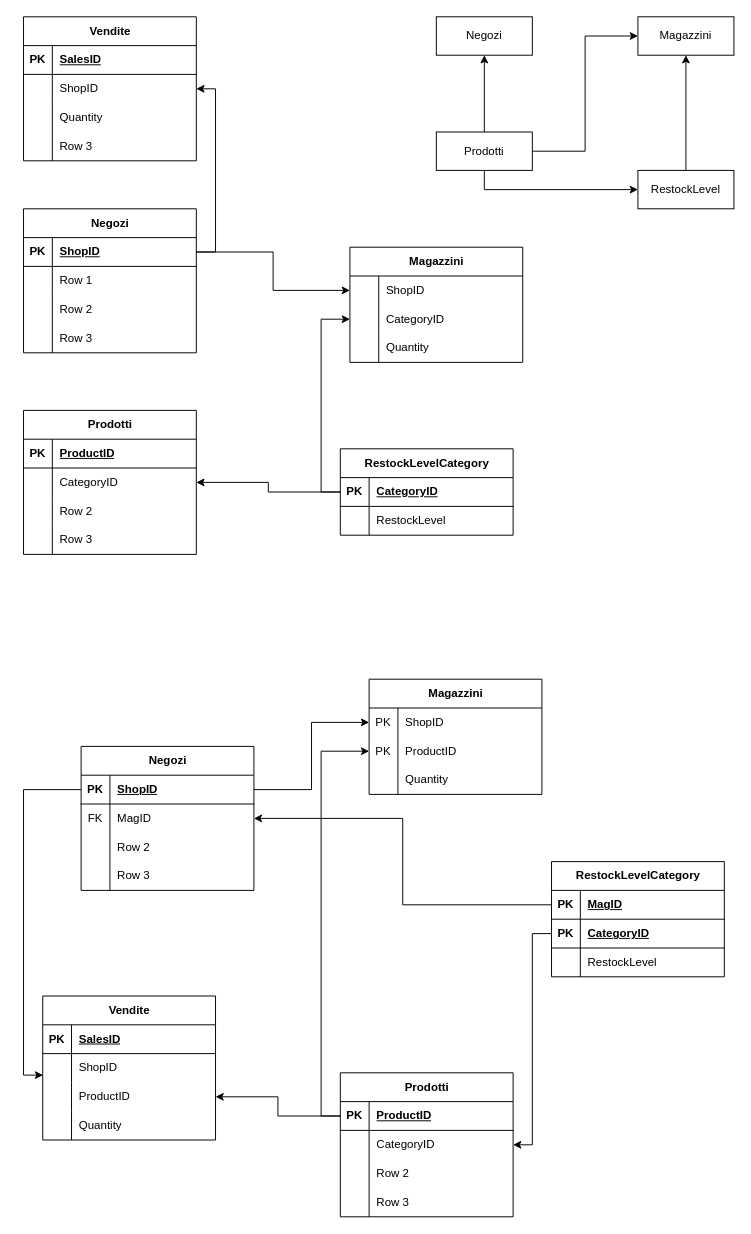
Before: ER mio.drawio in LuigiSolazzi/EpicodeSQL, a draw.io diagram. Source tidied: cells renumbered, new cells numbered last; positions are measured from the earlier drawing's top-left corner, leaving out a move shared by most shapes. Both pictures are drawn from the tidied source at 96%, with x=0, y=0 at pixel (23, 16).
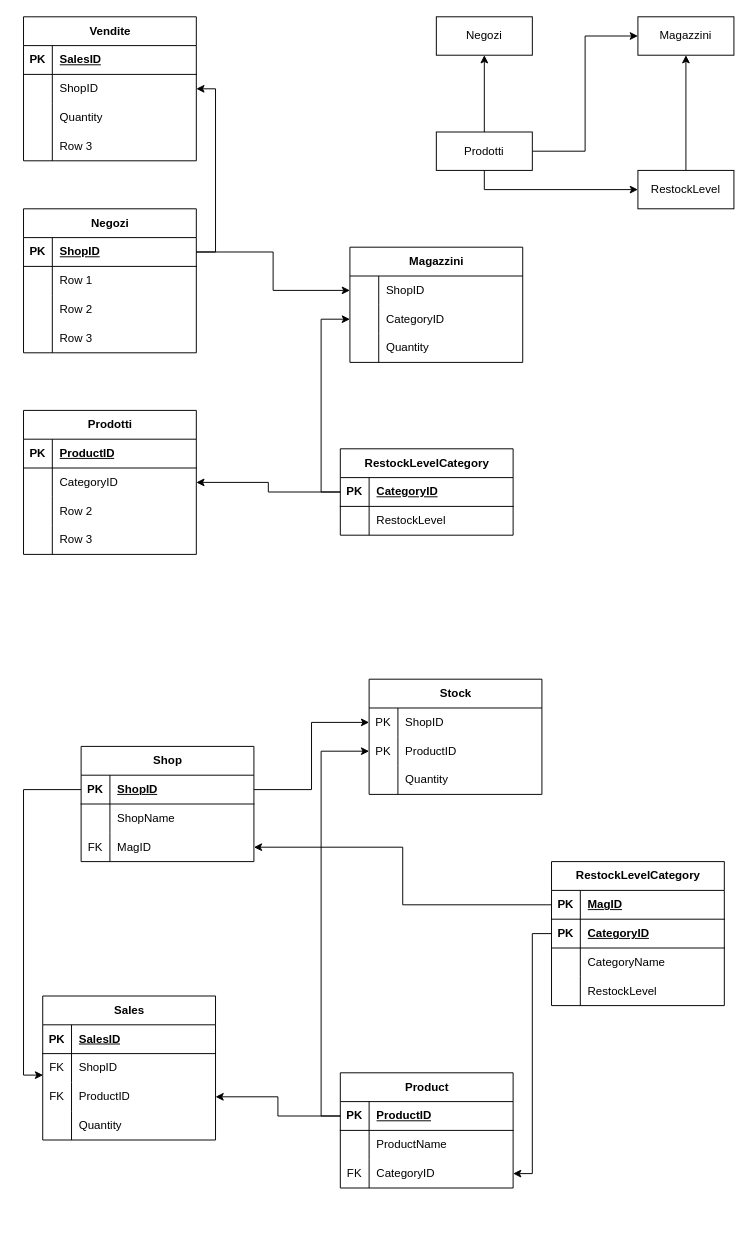
The same diagram, later.

Unchanged cells that the change refers to:
```xml
<mxCell id="71" style="shape=tableRow;horizontal=0;startSize=0;swimlaneHead=0;swimlaneBody=0;fillColor=none;points=[[0,0.5],[1,0.5]];portConstraint=eastwest;top=0;left=0;right=0;bottom=1;" parent="70" vertex="1">
  <mxGeometry y="30" width="180" height="30" as="geometry" />
</mxCell>
<mxCell id="74" style="shape=tableRow;horizontal=0;startSize=0;swimlaneHead=0;swimlaneBody=0;fillColor=none;points=[[0,0.5],[1,0.5]];portConstraint=eastwest;top=0;left=0;right=0;bottom=1;" parent="70" vertex="1">
  <mxGeometry y="60" width="180" height="30" as="geometry" />
</mxCell>
<mxCell id="77" style="shape=tableRow;horizontal=0;startSize=0;swimlaneHead=0;swimlaneBody=0;fillColor=none;top=0;left=0;right=0;bottom=0;" parent="70" vertex="1">
  <mxGeometry y="90" width="180" height="30" as="geometry" />
</mxCell>
<mxCell id="84" style="shape=tableRow;horizontal=0;startSize=0;swimlaneHead=0;swimlaneBody=0;fillColor=none;points=[[0,0.5],[1,0.5]];portConstraint=eastwest;top=0;left=0;right=0;bottom=0;" parent="80" vertex="1">
  <mxGeometry y="60" width="180" height="30" as="geometry" />
</mxCell>
<mxCell id="87" style="shape=tableRow;horizontal=0;startSize=0;swimlaneHead=0;swimlaneBody=0;fillColor=none;points=[[0,0.5],[1,0.5]];portConstraint=eastwest;top=0;left=0;right=0;bottom=0;" parent="80" vertex="1">
  <mxGeometry y="90" width="180" height="30" as="geometry" />
</mxCell>
<mxCell id="97" style="shape=tableRow;horizontal=0;startSize=0;swimlaneHead=0;swimlaneBody=0;fillColor=none;points=[[0,0.5],[1,0.5]];portConstraint=eastwest;top=0;left=0;right=0;bottom=0;" parent="93" vertex="1">
  <mxGeometry y="60" width="180" height="30" as="geometry" />
</mxCell>
<mxCell id="100" style="shape=tableRow;horizontal=0;startSize=0;swimlaneHead=0;swimlaneBody=0;fillColor=none;points=[[0,0.5],[1,0.5]];portConstraint=eastwest;top=0;left=0;right=0;bottom=0;" parent="93" vertex="1">
  <mxGeometry y="90" width="180" height="30" as="geometry" />
</mxCell>
<mxCell id="111" style="shape=tableRow;horizontal=0;startSize=0;swimlaneHead=0;swimlaneBody=0;fillColor=none;points=[[0,0.5],[1,0.5]];portConstraint=eastwest;top=0;left=0;right=0;bottom=0;" parent="107" vertex="1">
  <mxGeometry y="60" width="180" height="30" as="geometry" />
</mxCell>
<mxCell id="114" style="shape=tableRow;horizontal=0;startSize=0;swimlaneHead=0;swimlaneBody=0;fillColor=none;points=[[0,0.5],[1,0.5]];portConstraint=eastwest;top=0;left=0;right=0;bottom=0;" parent="107" vertex="1">
  <mxGeometry y="90" width="180" height="30" as="geometry" />
</mxCell>
```

The edit, as a diff of the source:
```diff
@@
     <mxCell id="70" value="RestockLevelCategory" style="shape=table;startSize=30;childLayout=tableLayout;rowLines=0;fontStyle=1;align=center;html=1;" parent="1" vertex="1">
-      <mxGeometry x="550" y="880" width="180" height="120" as="geometry" />
+      <mxGeometry x="550" y="880" width="180" height="150" as="geometry" />
     </mxCell>
@@
-    <mxCell id="79" value="RestockLevel" style="shape=partialRectangle;fillColor=none;top=0;left=0;bottom=0;right=0;align=left;spacingLeft=6;overflow=hidden;whiteSpace=wrap;html=1;" parent="77" vertex="1">
+    <mxCell id="79" value="CategoryName" style="shape=partialRectangle;fillColor=none;top=0;left=0;bottom=0;right=0;align=left;spacingLeft=6;overflow=hidden;whiteSpace=wrap;html=1;" parent="77" vertex="1">
       <mxGeometry x="30" width="150" height="30" as="geometry" />
     </mxCell>
+    <mxCell id="135" style="shape=tableRow;horizontal=0;startSize=0;swimlaneHead=0;swimlaneBody=0;fillColor=none;top=0;left=0;right=0;bottom=0;" parent="70" vertex="1">
+      <mxGeometry y="120" width="180" height="30" as="geometry" />
+    </mxCell>
+    <mxCell id="136" style="shape=partialRectangle;fillColor=none;top=0;left=0;bottom=0;right=0;overflow=hidden;whiteSpace=wrap;html=1;" parent="135" vertex="1">
+      <mxGeometry width="30" height="30" as="geometry" />
+    </mxCell>
+    <mxCell id="137" value="RestockLevel" style="shape=partialRectangle;fillColor=none;top=0;left=0;bottom=0;right=0;align=left;spacingLeft=6;overflow=hidden;whiteSpace=wrap;html=1;" parent="135" vertex="1">
+      <mxGeometry x="30" width="150" height="30" as="geometry" />
+    </mxCell>
-    <mxCell id="80" value="Negozi" style="shape=table;startSize=30;childLayout=tableLayout;rowLines=0;fontStyle=1;align=center;html=1;" parent="1" vertex="1">
-      <mxGeometry x="60" y="760" width="180" height="150" as="geometry" />
+    <mxCell id="80" value="Shop" style="shape=table;startSize=30;childLayout=tableLayout;rowLines=0;fontStyle=1;align=center;html=1;" parent="1" vertex="1">
+      <mxGeometry x="60" y="760" width="180" height="120" as="geometry" />
     </mxCell>
@@
-    <mxCell id="85" value="FK" style="shape=partialRectangle;fillColor=none;top=0;left=0;bottom=0;right=0;overflow=hidden;whiteSpace=wrap;html=1;" parent="84" vertex="1">
+    <mxCell id="85" style="shape=partialRectangle;fillColor=none;top=0;left=0;bottom=0;right=0;overflow=hidden;whiteSpace=wrap;html=1;" parent="84" vertex="1">
       <mxGeometry width="30" height="30" as="geometry" />
     </mxCell>
-    <mxCell id="86" value="MagID" style="shape=partialRectangle;fillColor=none;top=0;left=0;bottom=0;right=0;align=left;spacingLeft=6;overflow=hidden;whiteSpace=wrap;html=1;" parent="84" vertex="1">
+    <mxCell id="86" value="ShopName" style="shape=partialRectangle;fillColor=none;top=0;left=0;bottom=0;right=0;align=left;spacingLeft=6;overflow=hidden;whiteSpace=wrap;html=1;" parent="84" vertex="1">
       <mxGeometry x="30" width="150" height="30" as="geometry" />
     </mxCell>
@@
-    <mxCell id="88" style="shape=partialRectangle;fillColor=none;top=0;left=0;bottom=0;right=0;overflow=hidden;whiteSpace=wrap;html=1;" parent="87" vertex="1">
+    <mxCell id="88" value="FK" style="shape=partialRectangle;fillColor=none;top=0;left=0;bottom=0;right=0;overflow=hidden;whiteSpace=wrap;html=1;" parent="87" vertex="1">
       <mxGeometry width="30" height="30" as="geometry" />
     </mxCell>
-    <mxCell id="89" value="Row 2" style="shape=partialRectangle;fillColor=none;top=0;left=0;bottom=0;right=0;align=left;spacingLeft=6;overflow=hidden;whiteSpace=wrap;html=1;" parent="87" vertex="1">
+    <mxCell id="89" value="MagID" style="shape=partialRectangle;fillColor=none;top=0;left=0;bottom=0;right=0;align=left;spacingLeft=6;overflow=hidden;whiteSpace=wrap;html=1;" parent="87" vertex="1">
       <mxGeometry x="30" width="150" height="30" as="geometry" />
     </mxCell>
-    <mxCell id="90" style="shape=tableRow;horizontal=0;startSize=0;swimlaneHead=0;swimlaneBody=0;fillColor=none;top=0;left=0;right=0;bottom=0;" parent="80" vertex="1">
-      <mxGeometry y="120" width="180" height="30" as="geometry" />
-    </mxCell>
-    <mxCell id="91" style="shape=partialRectangle;fillColor=none;top=0;left=0;bottom=0;right=0;overflow=hidden;whiteSpace=wrap;html=1;" parent="90" vertex="1">
-      <mxGeometry width="30" height="30" as="geometry" />
-    </mxCell>
-    <mxCell id="92" value="Row 3" style="shape=partialRectangle;fillColor=none;top=0;left=0;bottom=0;right=0;align=left;spacingLeft=6;overflow=hidden;whiteSpace=wrap;html=1;" parent="90" vertex="1">
-      <mxGeometry x="30" width="150" height="30" as="geometry" />
-    </mxCell>
-    <mxCell id="93" value="Vendite" style="shape=table;startSize=30;childLayout=tableLayout;rowLines=0;fontStyle=1;align=center;html=1;" parent="1" vertex="1">
+    <mxCell id="93" value="Sales" style="shape=table;startSize=30;childLayout=tableLayout;rowLines=0;fontStyle=1;align=center;html=1;" parent="1" vertex="1">
       <mxGeometry x="20" y="1020" width="180" height="150" as="geometry" />
     </mxCell>
@@
-    <mxCell id="98" style="shape=partialRectangle;fillColor=none;top=0;left=0;bottom=0;right=0;overflow=hidden;whiteSpace=wrap;html=1;" parent="97" vertex="1">
+    <mxCell id="98" value="FK" style="shape=partialRectangle;fillColor=none;top=0;left=0;bottom=0;right=0;overflow=hidden;whiteSpace=wrap;html=1;" parent="97" vertex="1">
       <mxGeometry width="30" height="30" as="geometry" />
     </mxCell>
@@
-    <mxCell id="101" style="shape=partialRectangle;fillColor=none;top=0;left=0;bottom=0;right=0;overflow=hidden;whiteSpace=wrap;html=1;" parent="100" vertex="1">
+    <mxCell id="101" value="FK" style="shape=partialRectangle;fillColor=none;top=0;left=0;bottom=0;right=0;overflow=hidden;whiteSpace=wrap;html=1;" parent="100" vertex="1">
       <mxGeometry width="30" height="30" as="geometry" />
     </mxCell>
@@
-    <mxCell id="107" value="Prodotti" style="shape=table;startSize=30;childLayout=tableLayout;rowLines=0;fontStyle=1;align=center;html=1;" parent="1" vertex="1">
-      <mxGeometry x="330" y="1100" width="180" height="150" as="geometry" />
+    <mxCell id="107" value="Product" style="shape=table;startSize=30;childLayout=tableLayout;rowLines=0;fontStyle=1;align=center;html=1;" parent="1" vertex="1">
+      <mxGeometry x="330" y="1100" width="180" height="120" as="geometry" />
     </mxCell>
@@
-    <mxCell id="113" value="CategoryID" style="shape=partialRectangle;fillColor=none;top=0;left=0;bottom=0;right=0;align=left;spacingLeft=6;overflow=hidden;whiteSpace=wrap;html=1;" parent="111" vertex="1">
+    <mxCell id="113" value="ProductName" style="shape=partialRectangle;fillColor=none;top=0;left=0;bottom=0;right=0;align=left;spacingLeft=6;overflow=hidden;whiteSpace=wrap;html=1;" parent="111" vertex="1">
       <mxGeometry x="30" width="150" height="30" as="geometry" />
     </mxCell>
@@
-    <mxCell id="115" style="shape=partialRectangle;fillColor=none;top=0;left=0;bottom=0;right=0;overflow=hidden;whiteSpace=wrap;html=1;" parent="114" vertex="1">
-      <mxGeometry width="30" height="30" as="geometry" />
-    </mxCell>
-    <mxCell id="116" value="Row 2" style="shape=partialRectangle;fillColor=none;top=0;left=0;bottom=0;right=0;align=left;spacingLeft=6;overflow=hidden;whiteSpace=wrap;html=1;" parent="114" vertex="1">
-      <mxGeometry x="30" width="150" height="30" as="geometry" />
-    </mxCell>
-    <mxCell id="117" style="shape=tableRow;horizontal=0;startSize=0;swimlaneHead=0;swimlaneBody=0;fillColor=none;top=0;left=0;right=0;bottom=0;" parent="107" vertex="1">
-      <mxGeometry y="120" width="180" height="30" as="geometry" />
-    </mxCell>
-    <mxCell id="118" style="shape=partialRectangle;fillColor=none;top=0;left=0;bottom=0;right=0;overflow=hidden;whiteSpace=wrap;html=1;" parent="117" vertex="1">
-      <mxGeometry width="30" height="30" as="geometry" />
-    </mxCell>
-    <mxCell id="119" value="Row 3" style="shape=partialRectangle;fillColor=none;top=0;left=0;bottom=0;right=0;align=left;spacingLeft=6;overflow=hidden;whiteSpace=wrap;html=1;" parent="117" vertex="1">
-      <mxGeometry x="30" width="150" height="30" as="geometry" />
-    </mxCell>
-    <mxCell id="120" style="edgeStyle=orthogonalEdgeStyle;rounded=0;jettySize=auto;html=1;exitX=0;exitY=0.5;exitDx=0;exitDy=0;entryX=1;entryY=0.5;entryDx=0;entryDy=0;" parent="1" edge="1" source="74" target="111">
-      <mxGeometry relative="1" as="geometry" />
-    </mxCell>
+    <mxCell id="138" value="FK" style="shape=partialRectangle;fillColor=none;top=0;left=0;bottom=0;right=0;overflow=hidden;whiteSpace=wrap;html=1;" parent="114" vertex="1">
+      <mxGeometry width="30" height="30" as="geometry" />
+    </mxCell>
+    <mxCell id="139" value="CategoryID" style="shape=partialRectangle;fillColor=none;top=0;left=0;bottom=0;right=0;align=left;spacingLeft=6;overflow=hidden;whiteSpace=wrap;html=1;" parent="114" vertex="1">
+      <mxGeometry x="30" width="150" height="30" as="geometry" />
+    </mxCell>
@@
-    <mxCell id="122" value="Magazzini" style="shape=table;startSize=30;childLayout=tableLayout;rowLines=0;fontStyle=1;align=center;html=1;" parent="1" vertex="1">
+    <mxCell id="122" value="Stock" style="shape=table;startSize=30;childLayout=tableLayout;rowLines=0;fontStyle=1;align=center;html=1;" parent="1" vertex="1">
       <mxGeometry x="360" y="690" width="180" height="120" as="geometry" />
     </mxCell>
@@
-    <mxCell id="134" style="edgeStyle=orthogonalEdgeStyle;rounded=0;jettySize=auto;html=1;exitX=0;exitY=0.5;exitDx=0;exitDy=0;" parent="1" edge="1" source="71" target="84">
-      <mxGeometry relative="1" as="geometry" />
-    </mxCell>
+    <mxCell id="140" style="edgeStyle=orthogonalEdgeStyle;rounded=0;jettySize=auto;html=1;exitX=0;exitY=0.5;exitDx=0;exitDy=0;entryX=1;entryY=0.5;entryDx=0;entryDy=0;" parent="1" edge="1" source="74" target="114">
+      <mxGeometry relative="1" as="geometry" />
+    </mxCell>
+    <mxCell id="141" style="edgeStyle=orthogonalEdgeStyle;rounded=0;jettySize=auto;html=1;exitX=0;exitY=0.5;exitDx=0;exitDy=0;entryX=1;entryY=0.5;entryDx=0;entryDy=0;" parent="1" edge="1" source="71" target="87">
+      <mxGeometry relative="1" as="geometry" />
+    </mxCell>
```
